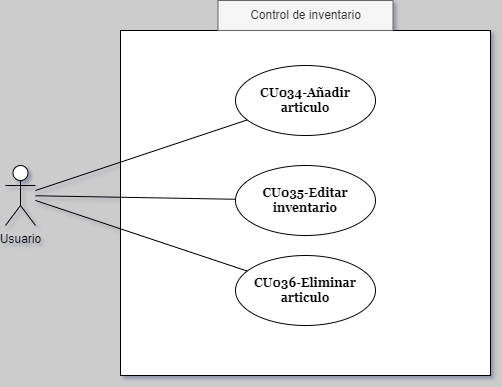
Before: DiagraCasosDeUso/ControlInventario.png, a diagram exported from draw.io (CH3MOO/SpecialityX). Source tidied: cells renumbered, new cells last; positions are measured from the earlier drawing's top-left corner, leaving out a move shared by most shapes.
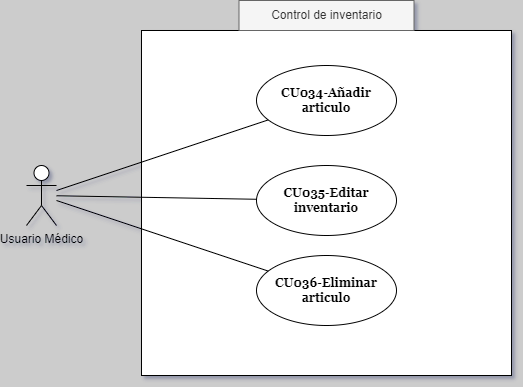
The same diagram one commit later.

What changed in the source:
```diff
@@ -5,7 +5,7 @@
     <mxCell id="2" style="rounded=0;whiteSpace=wrap;html=1;" parent="1" vertex="1">
       <mxGeometry x="115" y="30" width="370" height="345" as="geometry" />
     </mxCell>
-    <mxCell id="3" value="Usuario" style="shape=umlActor;verticalLabelPosition=bottom;verticalAlign=top;html=1;" parent="1" vertex="1">
+    <mxCell id="3" value="Usuario Médico" style="shape=umlActor;verticalLabelPosition=bottom;verticalAlign=top;html=1;" parent="1" vertex="1">
       <mxGeometry y="165" width="30" height="60" as="geometry" />
     </mxCell>
     <mxCell id="4" value="CU034-Añadir articulo" style="ellipse;whiteSpace=wrap;html=1;fontFamily=Georgia;fontStyle=1;" parent="1" vertex="1">
```
